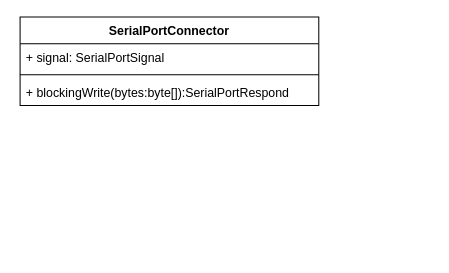
The draw.io diagram 未命名绘图.drawio in xingkong083/tutorial, before the edit. Source tidied: cells renumbered, new cells numbered last; positions are measured from the earlier drawing's top-left corner, leaving out a move shared by most shapes. Both pictures are drawn from the tidied source at 103%, with x=0, y=0 at pixel (20, 16).
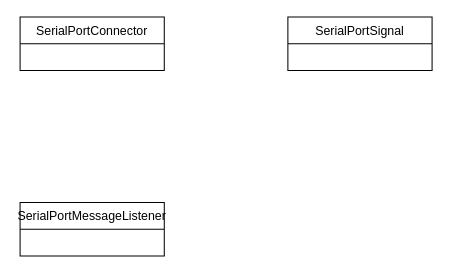
Above is the later version.

Commit message (it also covers changes not shown here):
更新未命名绘图.drawio

Change to the diagram source:
```diff
@@
 <mxGraphModel>
   <root>
     <mxCell id="0" />
     <mxCell id="1" parent="0" />
-    <mxCell id="2" value="SerialPortConnector" style="swimlane;fontStyle=1;align=center;verticalAlign=top;horizontal=1;startSize=26;" parent="1" vertex="1">
-      <mxGeometry width="290" height="86" as="geometry" />
+    <mxCell id="2" value="SerialPortConnector" style="swimlane;fontStyle=0;horizontal=1;startSize=26;fillColor=none;" parent="1" vertex="1">
+      <mxGeometry width="140" height="52" as="geometry" />
     </mxCell>
-    <mxCell id="3" value="+ signal: SerialPortSignal" style="text;strokeColor=none;fillColor=none;align=left;verticalAlign=top;spacingLeft=4;spacingRight=4;overflow=hidden;" parent="2" vertex="1">
-      <mxGeometry y="26" width="290" height="26" as="geometry" />
-    </mxCell>
-    <mxCell id="4" style="line;strokeWidth=1;fillColor=none;align=left;verticalAlign=middle;spacingTop=-1;spacingLeft=3;spacingRight=3;labelPosition=right;" parent="2" vertex="1">
-      <mxGeometry y="52" width="290" height="8" as="geometry" />
-    </mxCell>
-    <mxCell id="5" value="+ blockingWrite(bytes:byte[]):SerialPortRespond" style="text;strokeColor=none;fillColor=none;align=left;verticalAlign=top;spacingLeft=4;spacingRight=4;overflow=hidden;" parent="2" vertex="1">
-      <mxGeometry y="60" width="290" height="26" as="geometry" />
-    </mxCell>
+    <mxCell id="6" value="SerialPortSignal" style="swimlane;fontStyle=0;horizontal=1;startSize=26;fillColor=none;" parent="1" vertex="1">
+      <mxGeometry x="260" width="140" height="52" as="geometry" />
+    </mxCell>
+    <mxCell id="7" value="SerialPortMessageListener" style="swimlane;fontStyle=0;horizontal=1;startSize=26;fillColor=none;" parent="1" vertex="1">
+      <mxGeometry y="180" width="140" height="52" as="geometry" />
+    </mxCell>
   </root>
 </mxGraphModel>
```
